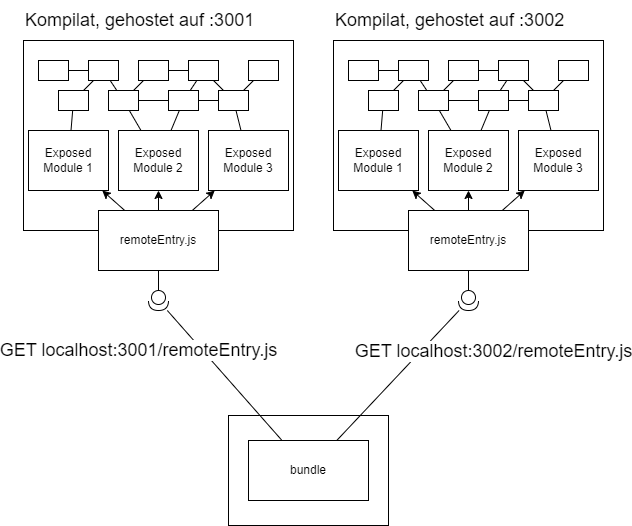
opitzconsulting/modulefederation-microfrontends-angular keeps this draw.io diagram as blog_src/generic-funcionality.drawio.png. Above is the earlier version. Source tidied: cells renumbered, new cells last; positions are measured from the earlier drawing's top-left corner, leaving out a move shared by most shapes.
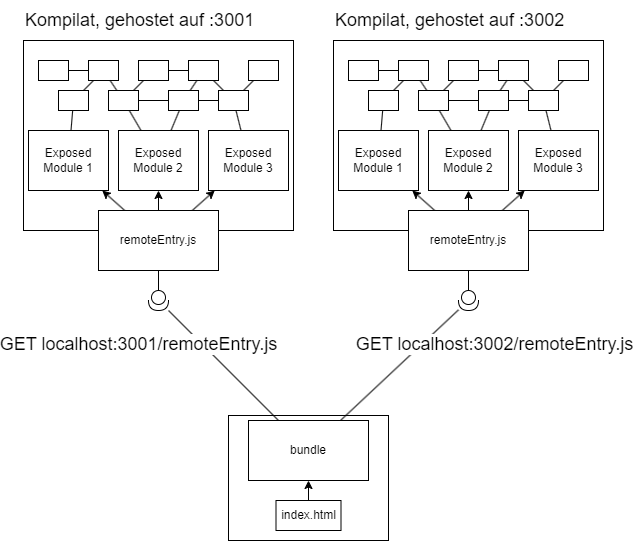
After the change.

What changed in the source:
```diff
@@ -3,7 +3,7 @@
     <mxCell id="0" />
     <mxCell id="1" parent="0" />
     <mxCell id="2" style="rounded=0;whiteSpace=wrap;html=1;" parent="1" vertex="1">
-      <mxGeometry x="205" y="415" width="160" height="110" as="geometry" />
+      <mxGeometry x="205" y="415" width="160" height="125" as="geometry" />
     </mxCell>
     <mxCell id="3" style="rounded=0;whiteSpace=wrap;html=1;" parent="1" vertex="1">
       <mxGeometry y="40" width="270" height="190" as="geometry" />
@@ -229,7 +229,13 @@
       <mxGeometry x="310" width="250" height="40" as="geometry" />
     </mxCell>
     <mxCell id="76" value="bundle" style="rounded=0;whiteSpace=wrap;html=1;" parent="1" vertex="1">
-      <mxGeometry x="225" y="440" width="120" height="60" as="geometry" />
+      <mxGeometry x="225" y="420" width="120" height="60" as="geometry" />
     </mxCell>
+    <mxCell id="77" style="edgeStyle=none;html=1;" parent="1" edge="1" source="78" target="76">
+      <mxGeometry relative="1" as="geometry" />
+    </mxCell>
+    <mxCell id="78" value="index.html" style="rounded=0;whiteSpace=wrap;html=1;" parent="1" vertex="1">
+      <mxGeometry x="252.5" y="500" width="65" height="30" as="geometry" />
+    </mxCell>
   </root>
 </mxGraphModel>
```
